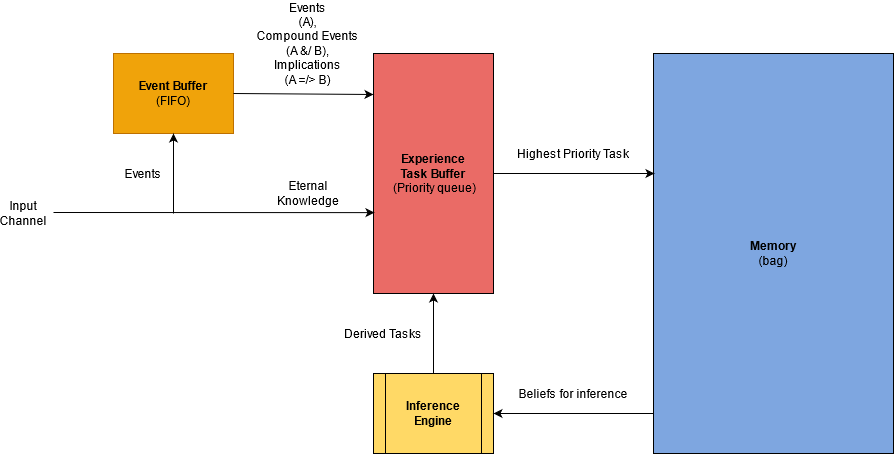
Above: Documentation/Diagram.png in ccrock4t/NARS-Python (draw.io), before the change. Source tidied: cells renumbered, new cells last; positions are measured from the earlier drawing's top-left corner, leaving out a move shared by most shapes.
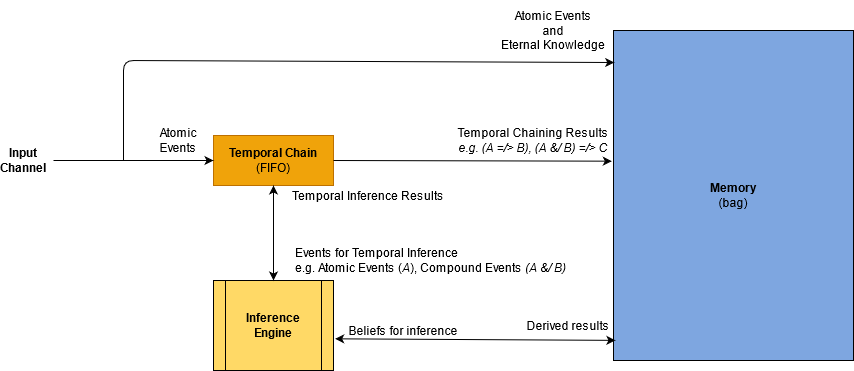
Later version of the same file.

What changed in the source:
```diff
@@ -3,63 +3,59 @@
     <mxCell id="0" />
     <mxCell id="1" parent="0" />
     <mxCell id="2" value="&lt;div&gt;&lt;b&gt;Memory&lt;/b&gt;&lt;br&gt;&lt;/div&gt;&lt;div&gt;(bag)&lt;/div&gt;" style="rounded=0;whiteSpace=wrap;html=1;fillColor=#7EA6E0;" parent="1" vertex="1">
-      <mxGeometry x="650" y="50" width="240" height="400" as="geometry" />
+      <mxGeometry x="770" y="120" width="240" height="330" as="geometry" />
     </mxCell>
-    <mxCell id="3" value="&lt;div&gt;&lt;b&gt;Experience&lt;br&gt;&lt;/b&gt;&lt;/div&gt;&lt;div&gt;&lt;b&gt;Task Buffer&lt;/b&gt;&lt;/div&gt;&amp;nbsp;(Priority queue)" style="rounded=0;whiteSpace=wrap;html=1;fillColor=#EA6B66;" parent="1" vertex="1">
-      <mxGeometry x="370" y="50" width="120" height="240" as="geometry" />
-    </mxCell>
     <mxCell id="4" value="&lt;div&gt;&lt;b&gt;Inference&lt;/b&gt;&lt;/div&gt;&lt;div&gt;&lt;b&gt;Engine&lt;br&gt;&lt;/b&gt;&lt;/div&gt;" style="shape=process;whiteSpace=wrap;html=1;backgroundOutline=1;fillColor=#FFD966;" parent="1" vertex="1">
-      <mxGeometry x="370" y="370" width="120" height="80" as="geometry" />
+      <mxGeometry x="370" y="370" width="120" height="90" as="geometry" />
     </mxCell>
-    <mxCell id="5" style="endArrow=classic;html=1;fillColor=#ffffff;entryX=0.008;entryY=0.663;entryDx=0;entryDy=0;entryPerimeter=0;" parent="1" edge="1" target="3">
-      <mxGeometry relative="1" as="geometry">
-        <mxPoint x="50" y="209" as="sourcePoint" />
-      </mxGeometry>
-    </mxCell>
-    <mxCell id="6" value="&lt;div&gt;Input&lt;/div&gt;&lt;div&gt;Channel&lt;br&gt;&lt;/div&gt;" style="text;html=1;strokeColor=none;fillColor=none;align=center;verticalAlign=middle;whiteSpace=wrap;rounded=0;" parent="1" vertex="1">
-      <mxGeometry y="200" width="40" height="20" as="geometry" />
+    <mxCell id="6" value="&lt;div&gt;&lt;b&gt;&lt;font face=&quot;Helvetica&quot;&gt;Input&lt;/font&gt;&lt;/b&gt;&lt;/div&gt;&lt;div&gt;&lt;b&gt;&lt;font face=&quot;Helvetica&quot;&gt;Channel&lt;br&gt;&lt;/font&gt;&lt;/b&gt;&lt;/div&gt;" style="text;html=1;strokeColor=none;fillColor=none;align=center;verticalAlign=middle;whiteSpace=wrap;rounded=0;" parent="1" vertex="1">
+      <mxGeometry x="160" y="240" width="40" height="20" as="geometry" />
     </mxCell>
-    <mxCell id="7" value="&lt;div&gt;&lt;b&gt;Event Buffer &lt;br&gt;&lt;/b&gt;&lt;/div&gt;&lt;div&gt;(FIFO)&lt;/div&gt;" style="rounded=0;whiteSpace=wrap;html=1;fillColor=#f0a30a;strokeColor=#BD7000;fontColor=#000000;" parent="1" vertex="1">
-      <mxGeometry x="110" y="50" width="120" height="80" as="geometry" />
+    <mxCell id="7" value="&lt;div&gt;&lt;b&gt;Temporal Chain &lt;br&gt;&lt;/b&gt;&lt;/div&gt;&lt;div&gt;(FIFO)&lt;/div&gt;" style="rounded=0;whiteSpace=wrap;html=1;fillColor=#f0a30a;strokeColor=#BD7000;fontColor=#000000;" parent="1" vertex="1">
+      <mxGeometry x="370" y="225" width="120" height="50" as="geometry" />
     </mxCell>
-    <mxCell id="8" style="endArrow=classic;html=1;entryX=0.5;entryY=1;entryDx=0;entryDy=0;" parent="1" edge="1" target="7">
+    <mxCell id="8" style="endArrow=classic;html=1;entryX=0.003;entryY=0.097;entryDx=0;entryDy=0;entryPerimeter=0;" parent="1" edge="1" target="2">
       <mxGeometry relative="1" as="geometry">
-        <mxPoint x="170" y="210" as="sourcePoint" />
+        <mxPoint x="280" y="250" as="sourcePoint" />
+        <Array as="points">
+          <mxPoint x="280" y="150" />
+        </Array>
       </mxGeometry>
     </mxCell>
-    <mxCell id="9" style="endArrow=classic;html=1;exitX=1;exitY=0.5;exitDx=0;exitDy=0;" parent="1" edge="1" source="7">
-      <mxGeometry relative="1" as="geometry">
-        <mxPoint x="370" y="91" as="targetPoint" />
-      </mxGeometry>
+    <mxCell id="9" style="endArrow=classic;html=1;exitX=0.5;exitY=1;exitDx=0;exitDy=0;entryX=0.5;entryY=0;entryDx=0;entryDy=0;startArrow=classic;startFill=1;" parent="1" edge="1" source="7" target="4">
+      <mxGeometry relative="1" as="geometry" />
     </mxCell>
-    <mxCell id="10" value="Events" style="text;html=1;strokeColor=none;fillColor=none;align=center;verticalAlign=middle;whiteSpace=wrap;rounded=0;" parent="1" vertex="1">
-      <mxGeometry x="120" y="160" width="40" height="20" as="geometry" />
+    <mxCell id="10" value="&lt;div&gt;&lt;font face=&quot;Helvetica&quot;&gt;Atomic&lt;/font&gt;&lt;/div&gt;&lt;div&gt;&lt;font face=&quot;Helvetica&quot;&gt;Events&lt;/font&gt;&lt;/div&gt;" style="text;html=1;strokeColor=none;fillColor=none;align=center;verticalAlign=middle;whiteSpace=wrap;rounded=0;" parent="1" vertex="1">
+      <mxGeometry x="315" y="220" width="40" height="20" as="geometry" />
     </mxCell>
-    <mxCell id="11" value="Eternal Knowledge" style="text;html=1;strokeColor=none;fillColor=none;align=center;verticalAlign=middle;whiteSpace=wrap;rounded=0;" parent="1" vertex="1">
-      <mxGeometry x="284.5" y="170" width="40" height="40" as="geometry" />
+    <mxCell id="11" value="&lt;font face=&quot;Helvetica&quot;&gt;Atomic Events&lt;/font&gt;&lt;div&gt;&lt;font face=&quot;Helvetica&quot;&gt;and&lt;/font&gt;&lt;/div&gt;&lt;div&gt;&lt;font face=&quot;Helvetica&quot;&gt;Eternal Knowledge&lt;/font&gt;&lt;/div&gt;" style="text;html=1;strokeColor=none;fillColor=none;align=center;verticalAlign=middle;whiteSpace=wrap;rounded=0;" parent="1" vertex="1">
+      <mxGeometry x="530" y="90" width="360" height="60" as="geometry" />
     </mxCell>
-    <mxCell id="12" style="endArrow=classic;html=1;exitX=1;exitY=0.5;exitDx=0;exitDy=0;entryX=0.004;entryY=0.3;entryDx=0;entryDy=0;entryPerimeter=0;" parent="1" edge="1" source="3" target="2">
-      <mxGeometry relative="1" as="geometry" />
-    </mxCell>
-    <mxCell id="13" value="Events&lt;br&gt;(A),&lt;br&gt;Compound Events&lt;br&gt;(A &amp;amp;/ B),&lt;br&gt;Implications&lt;br&gt;(A =/&amp;gt; B)" style="text;html=1;strokeColor=none;fillColor=none;align=center;verticalAlign=middle;whiteSpace=wrap;rounded=0;" parent="1" vertex="1">
-      <mxGeometry x="239" width="131" height="80" as="geometry" />
+    <mxCell id="13" value="&lt;p style=&quot;line-height: 120%&quot;&gt;&lt;/p&gt;&lt;div&gt;&lt;font face=&quot;Helvetica&quot;&gt;Events for Temporal Inference&lt;/font&gt;&lt;/div&gt;&lt;div&gt;&lt;font face=&quot;Helvetica&quot;&gt;e.g. Atomic Events (&lt;i&gt;A&lt;/i&gt;), Compound Events&lt;/font&gt;&lt;font face=&quot;Helvetica&quot;&gt;&lt;i&gt; (A &amp;amp;/ B)&lt;/i&gt;&lt;/font&gt;&lt;br&gt;&lt;/div&gt;&lt;p&gt;&lt;/p&gt;" style="text;html=1;strokeColor=none;fillColor=none;align=left;verticalAlign=middle;whiteSpace=wrap;rounded=0;" parent="1" vertex="1">
+      <mxGeometry x="450" y="320" width="290" height="60" as="geometry" />
     </mxCell>
-    <mxCell id="14" value="&lt;div&gt;Highest Priority Task&lt;/div&gt;" style="text;html=1;strokeColor=none;fillColor=none;align=center;verticalAlign=middle;whiteSpace=wrap;rounded=0;" parent="1" vertex="1">
-      <mxGeometry x="500" y="140" width="140" height="20" as="geometry" />
-    </mxCell>
-    <mxCell id="15" style="endArrow=classic;html=1;entryX=1;entryY=0.5;entryDx=0;entryDy=0;" parent="1" edge="1" target="4">
-      <mxGeometry relative="1" as="geometry">
-        <mxPoint x="650" y="410" as="sourcePoint" />
-      </mxGeometry>
+    <mxCell id="15" style="endArrow=classic;html=1;startArrow=classic;startFill=1;entryX=1.014;entryY=0.648;entryDx=0;entryDy=0;entryPerimeter=0;exitX=0.008;exitY=0.939;exitDx=0;exitDy=0;exitPerimeter=0;" parent="1" edge="1" source="2" target="4">
+      <mxGeometry relative="1" as="geometry" />
     </mxCell>
-    <mxCell id="16" value="&lt;div&gt;Beliefs for inference&lt;/div&gt;" style="text;html=1;strokeColor=none;fillColor=none;align=center;verticalAlign=middle;whiteSpace=wrap;rounded=0;" parent="1" vertex="1">
-      <mxGeometry x="430" y="380" width="280" height="20" as="geometry" />
+    <mxCell id="16" value="&lt;div&gt;&lt;font face=&quot;Helvetica&quot;&gt;Beliefs for inference&lt;/font&gt;&lt;/div&gt;" style="text;html=1;strokeColor=none;fillColor=none;align=center;verticalAlign=middle;whiteSpace=wrap;rounded=0;" parent="1" vertex="1">
+      <mxGeometry x="499.8" y="410" width="120.2" height="20" as="geometry" />
     </mxCell>
-    <mxCell id="17" style="endArrow=classic;html=1;exitX=0.5;exitY=0;exitDx=0;exitDy=0;entryX=0.5;entryY=1;entryDx=0;entryDy=0;" parent="1" edge="1" source="4" target="3">
-      <mxGeometry relative="1" as="geometry" />
-    </mxCell>
-    <mxCell id="18" value="Derived Tasks" style="text;html=1;strokeColor=none;fillColor=none;align=center;verticalAlign=middle;whiteSpace=wrap;rounded=0;" parent="1" vertex="1">
-      <mxGeometry x="310" y="320" width="140" height="20" as="geometry" />
-    </mxCell>
+    <mxCell id="19" style="endArrow=classic;html=1;fillColor=#ffffff;entryX=0;entryY=0.5;entryDx=0;entryDy=0;" parent="1" edge="1" target="7">
+      <mxGeometry relative="1" as="geometry">
+        <mxPoint x="210" y="250" as="sourcePoint" />
+      </mxGeometry>
+    </mxCell>
+    <mxCell id="20" value="&lt;font face=&quot;Helvetica&quot;&gt;Derived results&lt;/font&gt;" style="text;html=1;strokeColor=none;fillColor=none;align=center;verticalAlign=middle;whiteSpace=wrap;rounded=0;" parent="1" vertex="1">
+      <mxGeometry x="670" y="405" width="110" height="20" as="geometry" />
+    </mxCell>
+    <mxCell id="21" value="Temporal Inference Results" style="text;html=1;strokeColor=none;fillColor=none;align=center;verticalAlign=middle;whiteSpace=wrap;rounded=0;spacing=2;" parent="1" vertex="1">
+      <mxGeometry x="440" y="275" width="170" height="20" as="geometry" />
+    </mxCell>
+    <mxCell id="22" style="endArrow=classic;html=1;entryX=-0.007;entryY=0.396;entryDx=0;entryDy=0;entryPerimeter=0;exitX=1;exitY=0.5;exitDx=0;exitDy=0;" parent="1" edge="1" source="7" target="2">
+      <mxGeometry relative="1" as="geometry" />
+    </mxCell>
+    <mxCell id="23" value="&lt;div&gt;Temporal Chaining Results &lt;br&gt;&lt;/div&gt;&lt;div&gt;&lt;i&gt;e.g. (A =/&amp;gt; B), (A &amp;amp;/ B) =/&amp;gt; C&lt;/i&gt;&lt;/div&gt;" style="text;html=1;strokeColor=none;fillColor=none;align=center;verticalAlign=middle;whiteSpace=wrap;rounded=0;" parent="1" vertex="1">
+      <mxGeometry x="510" y="200" width="360" height="60" as="geometry" />
+    </mxCell>
   </root>
 </mxGraphModel>
```
